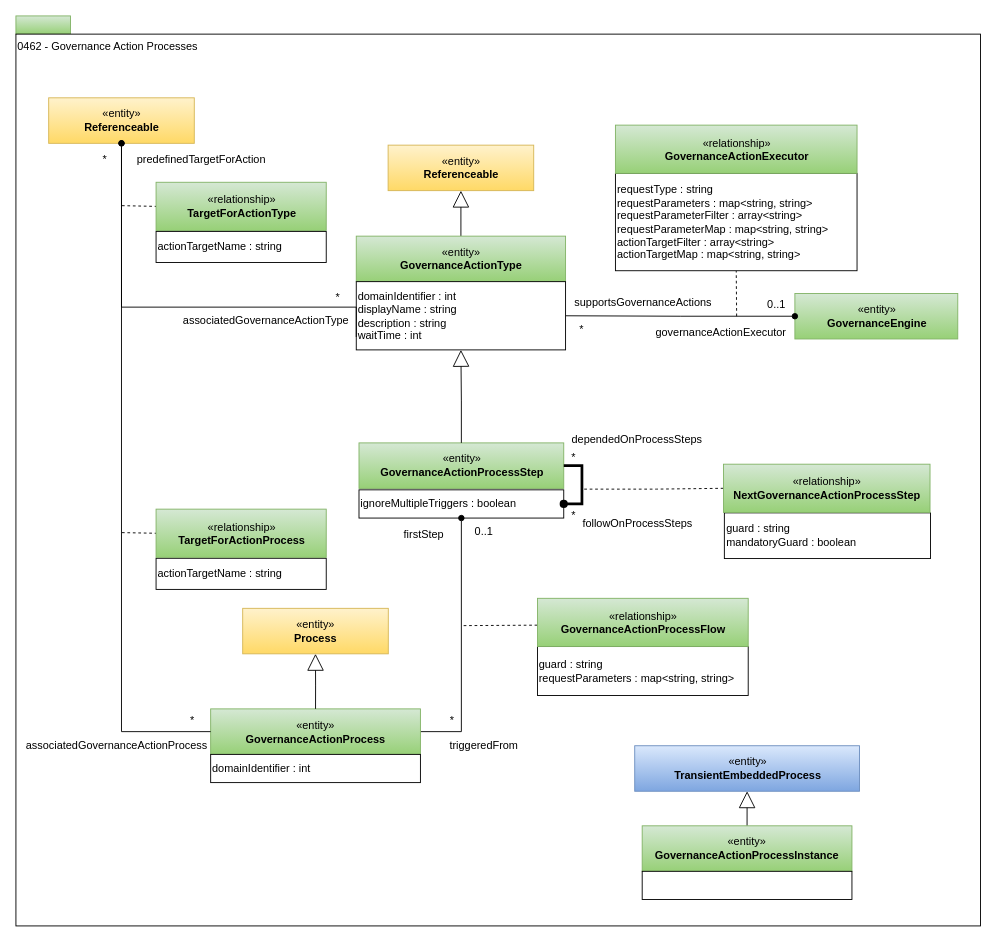
Earlier version of the draw.io diagram page "0462-Governance-Action-Processes" (21 of 31) of site/docs/types/4/area-4-governance.drawio (odpi/egeria-docs). Source tidied: cells renumbered, new cells numbered last; positions are measured from the earlier drawing's top-left corner, leaving out a move shared by most shapes. Both pictures are drawn from the tidied source at 91%, with x=0, y=0 at pixel (15, 15).
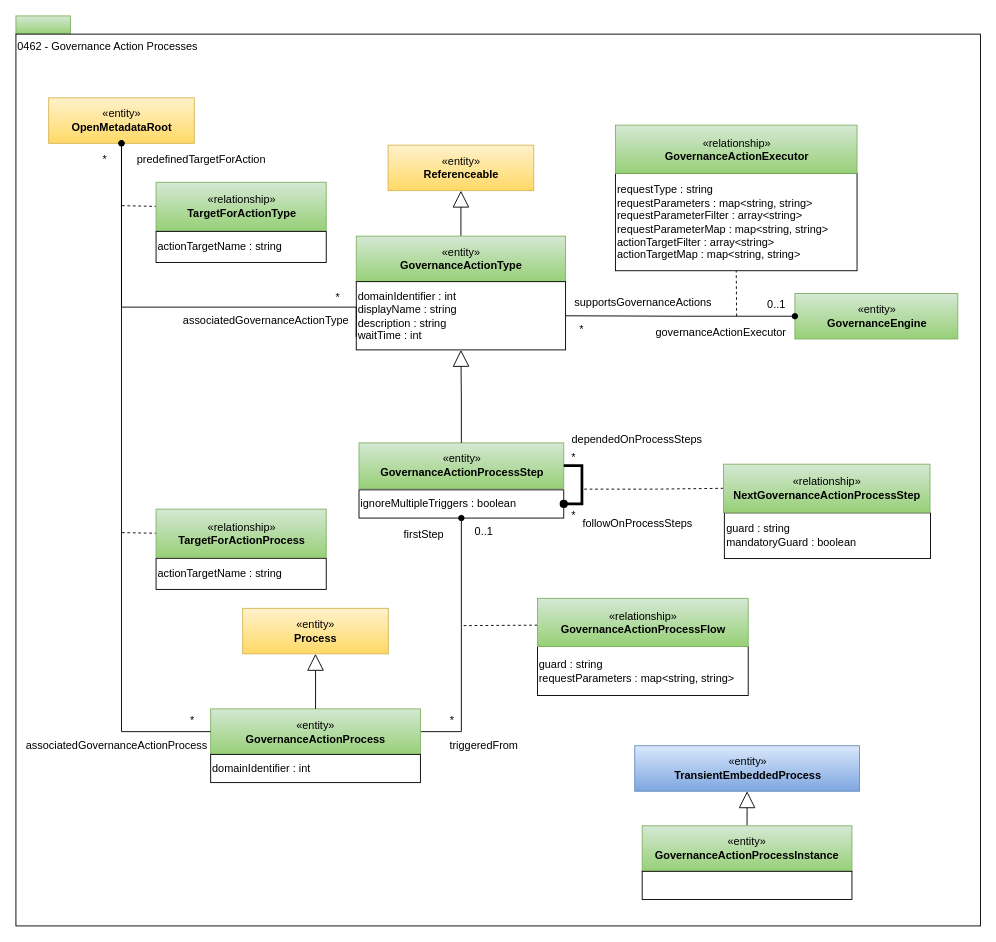
The same page after the edit.

Diff of the diagram source:
```diff
@@
-    <mxCell id="44" value="«entity»&lt;br&gt;&lt;b&gt;Referenceable&lt;/b&gt;" style="html=1;strokeColor=#d6b656;align=center;fillColor=#fff2cc;gradientColor=#ffd966;" parent="1" vertex="1">
+    <mxCell id="44" value="«entity»&lt;br&gt;&lt;b&gt;OpenMetadataRoot&lt;/b&gt;" style="html=1;strokeColor=#d6b656;align=center;fillColor=#fff2cc;gradientColor=#ffd966;" parent="1" vertex="1">
       <mxGeometry x="36" y="90" width="160" height="50" as="geometry" />
     </mxCell>
```
